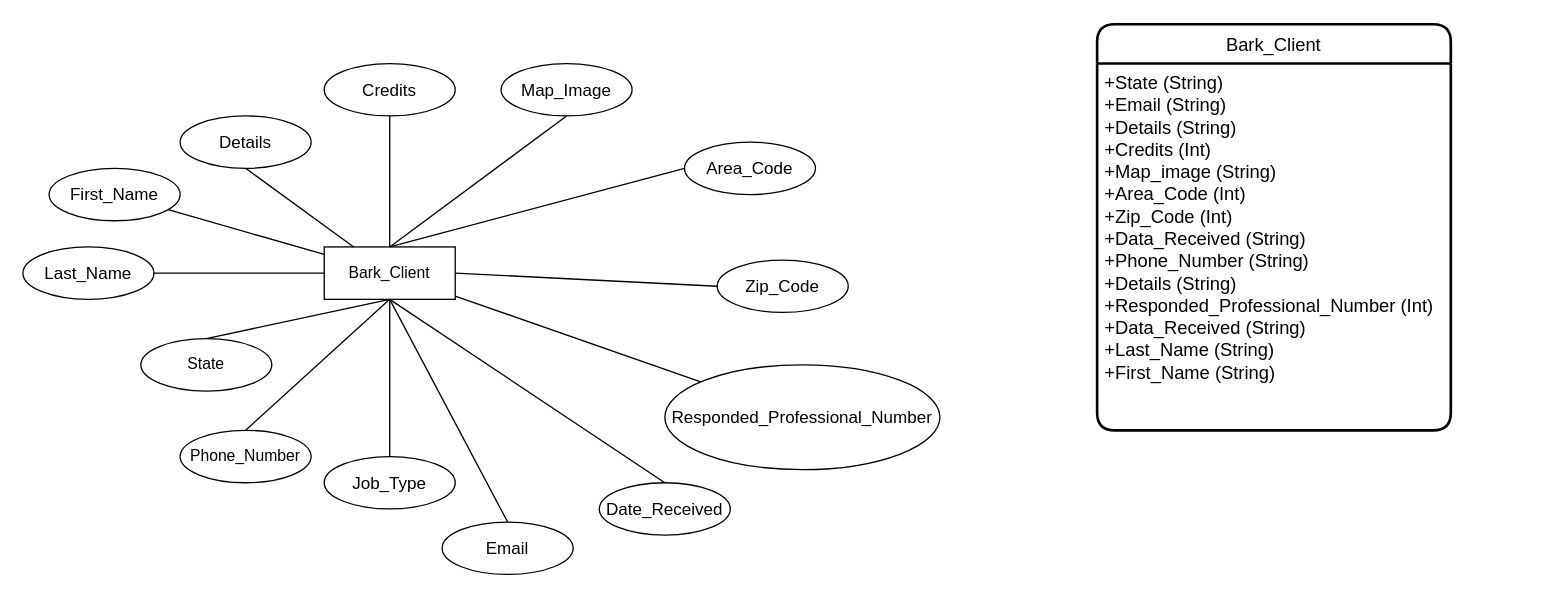
The draw.io diagram Database_Schema/Epibark_Database_Schema.drawio in eamankwah250/python-bark-extractor, before the edit. Source tidied: cells renumbered, new cells numbered last; positions are measured from the earlier drawing's top-left corner, leaving out a move shared by most shapes. Both pictures are drawn from the tidied source at 131%, with x=0, y=0 at pixel (22, 24).
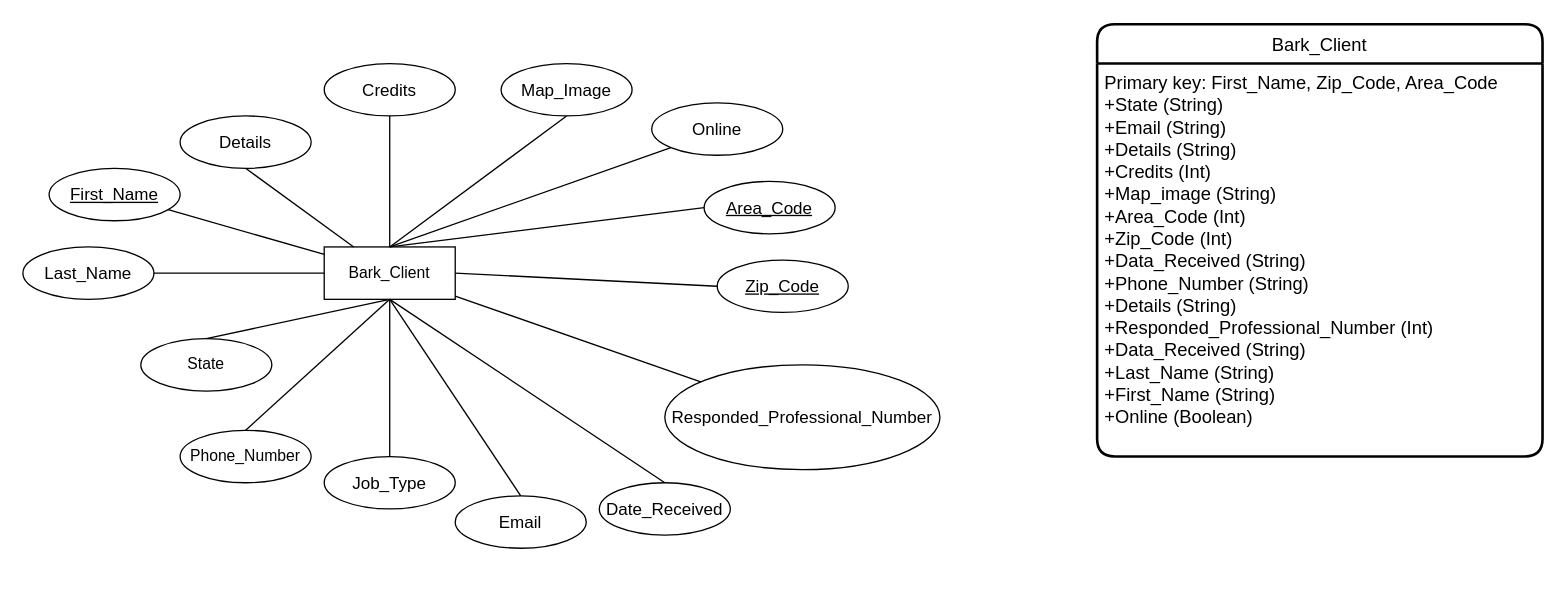
The same page after the edit.

Commit message (it also covers changes not shown here):
iterate all clients

The change refers to these unchanged cells:
```xml
<mxCell id="2" value="Bark_Client" style="whiteSpace=wrap;html=1;align=center;" parent="1" vertex="1">
  <mxGeometry x="230" y="170" width="100" height="40" as="geometry" />
</mxCell>
```

Diff of the diagram source:
```diff
@@
     <mxCell id="9" value="&lt;span style=&quot;font-family: arial; font-size: 13px; text-align: left; background-color: rgb(255, 255, 255);&quot;&gt;Email&lt;/span&gt;" style="ellipse;whiteSpace=wrap;html=1;align=center;" parent="1" vertex="1">
-      <mxGeometry x="320" y="380" width="100" height="40" as="geometry" />
+      <mxGeometry x="330" y="360" width="100" height="40" as="geometry" />
     </mxCell>
@@
-    <mxCell id="13" value="&lt;span style=&quot;font-family: arial; font-size: 13px; text-align: left; background-color: rgb(255, 255, 255);&quot;&gt;Zip_Code&lt;/span&gt;" style="ellipse;whiteSpace=wrap;html=1;align=center;" parent="1" vertex="1">
+    <mxCell id="13" value="&lt;span style=&quot;font-family: arial; font-size: 13px; text-align: left; background-color: rgb(255, 255, 255);&quot;&gt;&lt;u&gt;Zip_Code&lt;/u&gt;&lt;/span&gt;" style="ellipse;whiteSpace=wrap;html=1;align=center;" parent="1" vertex="1">
       <mxGeometry x="530" y="180" width="100" height="40" as="geometry" />
     </mxCell>
@@
-    <mxCell id="17" value="&lt;span style=&quot;font-family: arial; font-size: 13px; text-align: left; background-color: rgb(255, 255, 255);&quot;&gt;Area_Code&lt;/span&gt;" style="ellipse;whiteSpace=wrap;html=1;align=center;" parent="1" vertex="1">
-      <mxGeometry x="505" y="90" width="100" height="40" as="geometry" />
+    <mxCell id="17" value="&lt;span style=&quot;font-family: arial; font-size: 13px; text-align: left; background-color: rgb(255, 255, 255);&quot;&gt;&lt;u&gt;Area_Code&lt;/u&gt;&lt;/span&gt;" style="ellipse;whiteSpace=wrap;html=1;align=center;" parent="1" vertex="1">
+      <mxGeometry x="520" y="120" width="100" height="40" as="geometry" />
     </mxCell>
@@
     <mxCell id="25" value="Bark_Client" style="swimlane;horizontal=1;startSize=30;rounded=1;fontSize=14;fontStyle=0;strokeWidth=2;shadow=0;dashed=0;align=center;spacingTop=0;spacing=2;" parent="1" vertex="1">
-      <mxGeometry x="820" width="270" height="310" as="geometry" />
+      <mxGeometry x="820" width="340" height="330" as="geometry" />
     </mxCell>
-    <mxCell id="26" value="+State (String)&#10;+Email (String)&#10;+Details (String)&#10;+Credits (Int)&#10;+Map_image (String)&#10;+Area_Code (Int)&#10;+Zip_Code (Int)&#10;+Data_Received (String)&#10;+Phone_Number (String)&#10;+Details (String)&#10;+Responded_Professional_Number (Int)&#10;+Data_Received (String)&#10;+Last_Name (String)&#10;+First_Name (String)&#10;&#10;&#10;&#10;" style="align=left;strokeColor=none;fillColor=none;spacingLeft=4;fontSize=14;verticalAlign=top;spacing=2;" parent="25" vertex="1">
-      <mxGeometry y="30" width="270" height="280" as="geometry" />
+    <mxCell id="26" value="Primary key: First_Name, Zip_Code, Area_Code&#10;+State (String)&#10;+Email (String)&#10;+Details (String)&#10;+Credits (Int)&#10;+Map_image (String)&#10;+Area_Code (Int)&#10;+Zip_Code (Int)&#10;+Data_Received (String)&#10;+Phone_Number (String)&#10;+Details (String)&#10;+Responded_Professional_Number (Int)&#10;+Data_Received (String)&#10;+Last_Name (String)&#10;+First_Name (String)&#10;+Online (Boolean)&#10;&#10;&#10;&#10;" style="align=left;strokeColor=none;fillColor=none;spacingLeft=4;fontSize=14;verticalAlign=top;spacing=2;" parent="25" vertex="1">
+      <mxGeometry y="30" width="340" height="300" as="geometry" />
     </mxCell>
-    <mxCell id="27" value="&lt;div style=&quot;text-align: left;&quot;&gt;&lt;font face=&quot;arial&quot;&gt;&lt;span style=&quot;font-size: 13px; background-color: rgb(255, 255, 255);&quot;&gt;First_Name&lt;/span&gt;&lt;/font&gt;&lt;/div&gt;" style="ellipse;whiteSpace=wrap;html=1;align=center;" parent="1" vertex="1">
+    <mxCell id="27" value="&lt;div style=&quot;text-align: left;&quot;&gt;&lt;font face=&quot;arial&quot;&gt;&lt;span style=&quot;font-size: 13px; background-color: rgb(255, 255, 255);&quot;&gt;&lt;u&gt;First_Name&lt;/u&gt;&lt;/span&gt;&lt;/font&gt;&lt;/div&gt;" style="ellipse;whiteSpace=wrap;html=1;align=center;" parent="1" vertex="1">
       <mxGeometry x="20" y="110" width="100" height="40" as="geometry" />
     </mxCell>
@@
+    <mxCell id="31" value="&lt;div style=&quot;text-align: left;&quot;&gt;&lt;font face=&quot;arial&quot;&gt;&lt;span style=&quot;font-size: 13px; background-color: rgb(255, 255, 255);&quot;&gt;Online&lt;/span&gt;&lt;/font&gt;&lt;/div&gt;" style="ellipse;whiteSpace=wrap;html=1;align=center;" parent="1" vertex="1">
+      <mxGeometry x="480" y="60" width="100" height="40" as="geometry" />
+    </mxCell>
+    <mxCell id="32" style="endArrow=none;html=1;rounded=0;exitX=0;exitY=1;exitDx=0;exitDy=0;entryX=0.5;entryY=0;entryDx=0;entryDy=0;" parent="1" edge="1" source="31" target="2">
+      <mxGeometry relative="1" as="geometry" />
+    </mxCell>
```
